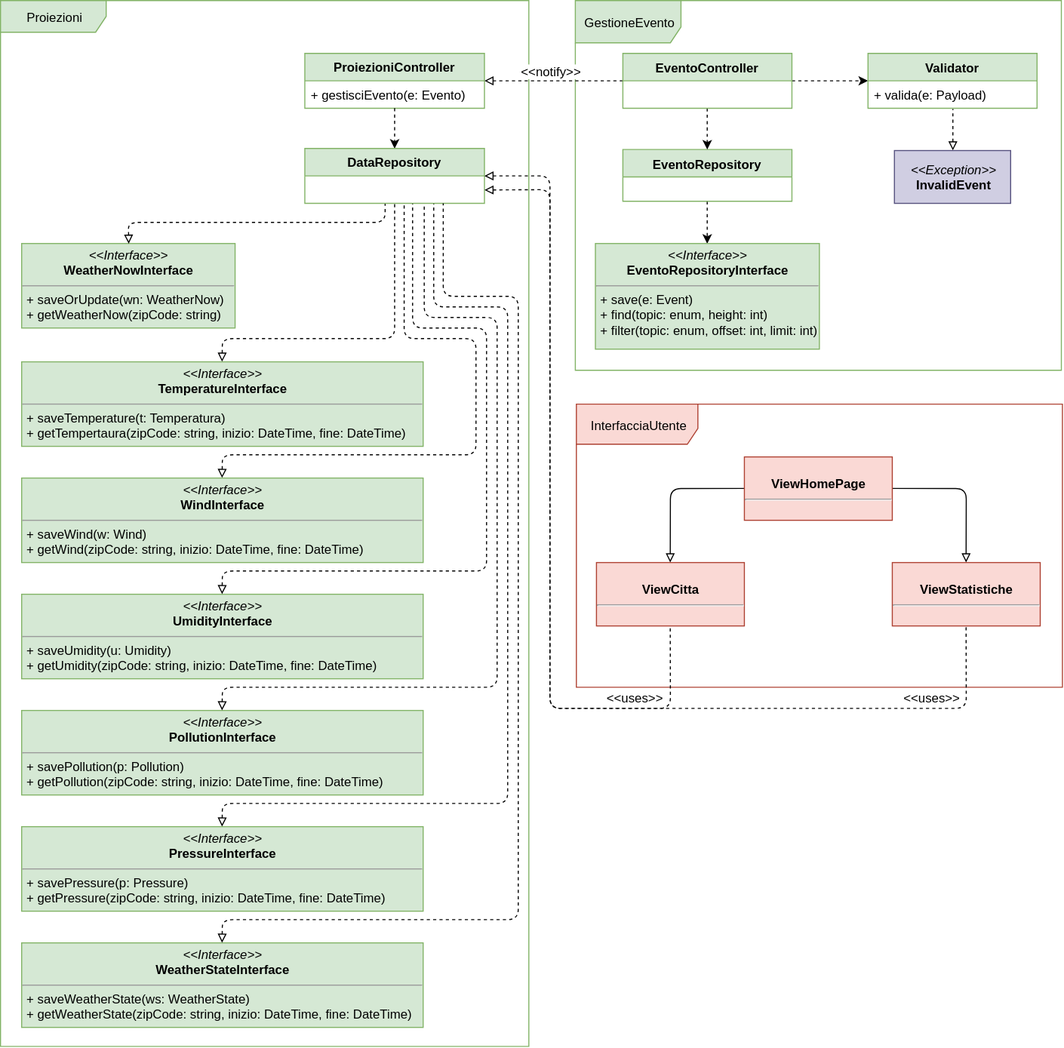
Before: resources/ProgettazioneDettaglio_ProiezioniEvento.svg, a diagram exported from draw.io (Leaaaf/weatherment.io). Source tidied: cells renumbered, new cells last; positions are measured from the earlier drawing's top-left corner, leaving out a move shared by most shapes.
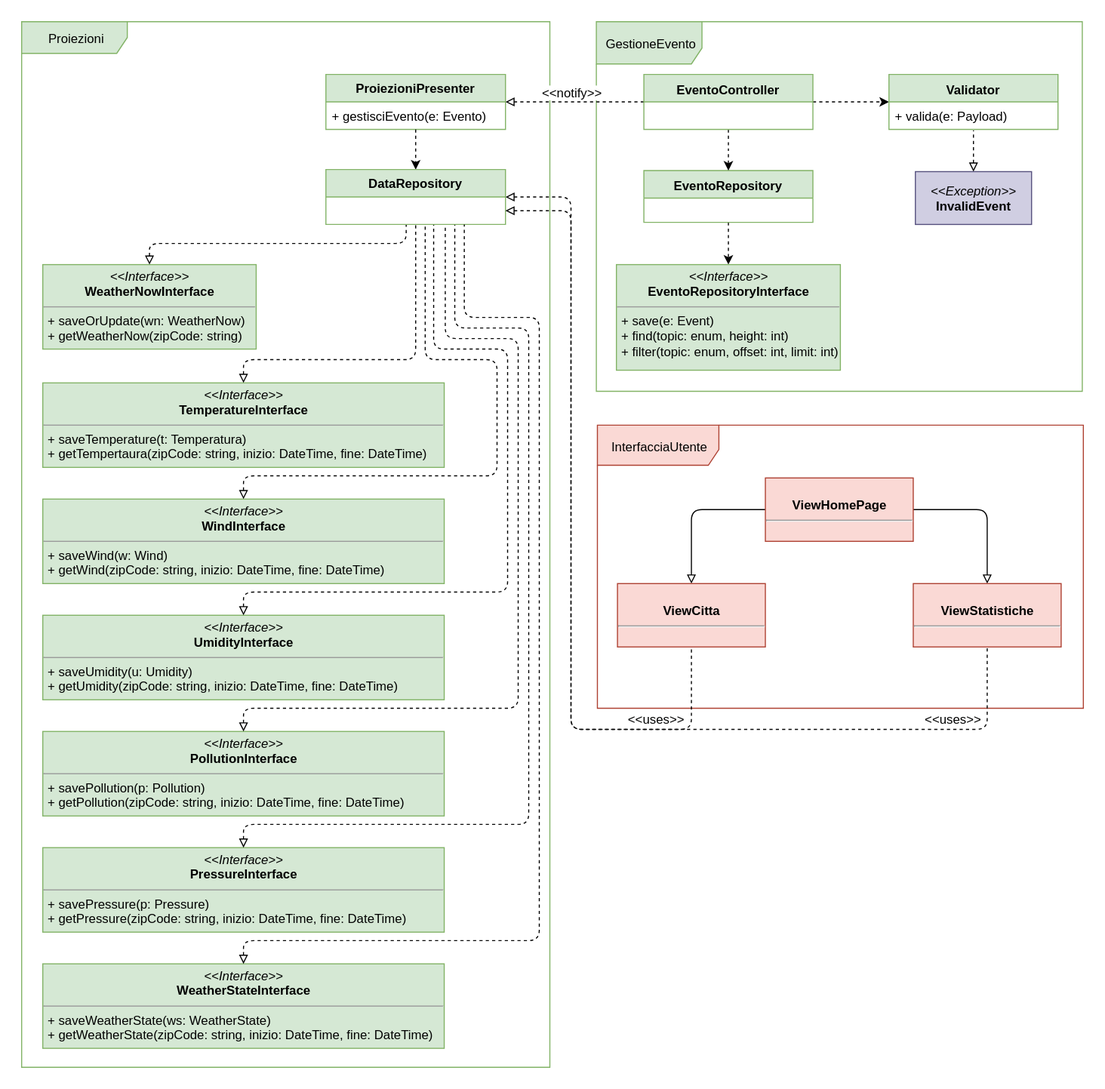
Above is the later version.

Commit message:
Changed name into diagrams to ProiezioniPresenter

What changed in the source:
```diff
@@ -8,7 +8,7 @@
     <mxCell id="3" value="Proiezioni" style="shape=umlFrame;whiteSpace=wrap;html=1;fillColor=#d5e8d4;strokeColor=#82b366;width=100;height=30;" parent="1" vertex="1">
       <mxGeometry width="500" height="990" as="geometry" />
     </mxCell>
-    <mxCell id="4" value="ProiezioniController" style="swimlane;fontStyle=1;horizontal=1;startSize=26;fillColor=#d5e8d4;strokeColor=#82b366;" parent="1" vertex="1">
+    <mxCell id="4" value="ProiezioniPresenter" style="swimlane;fontStyle=1;horizontal=1;startSize=26;fillColor=#d5e8d4;strokeColor=#82b366;" parent="1" vertex="1">
       <mxGeometry x="288" y="50" width="170" height="52" as="geometry" />
     </mxCell>
     <mxCell id="5" value="+ gestisciEvento(e: Evento)" style="text;strokeColor=none;fillColor=none;align=left;verticalAlign=top;spacingLeft=4;spacingRight=4;overflow=hidden;points=[[0,0.5],[1,0.5]];portConstraint=eastwest;" parent="4" vertex="1">
```
